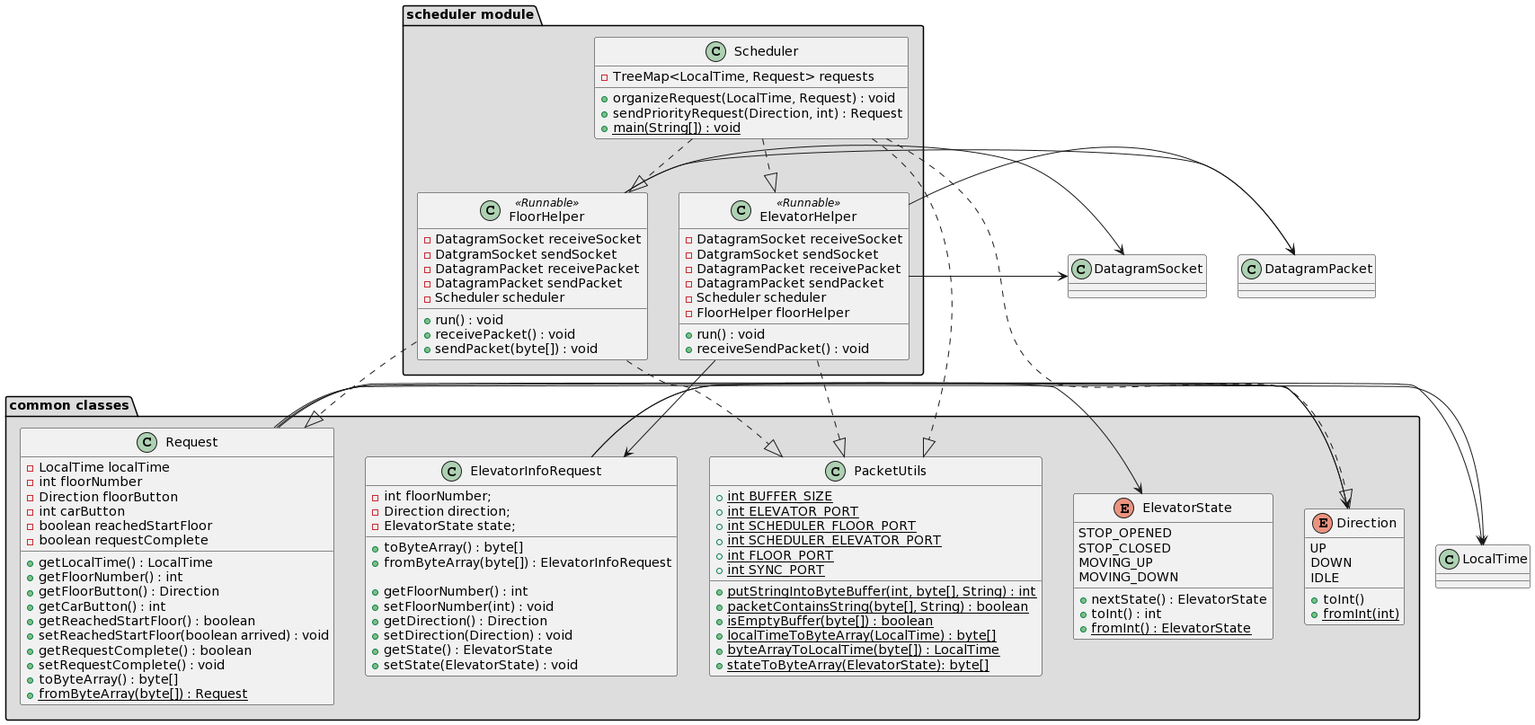
The PlantUML diagram iteration2+/diagrams/scheduler_module_class_diagram.png in w4est/elevator-simulator, before a commit. The source it was exported from:
```plantuml
@startuml
package "common classes" #DDDDDD {

class ElevatorInfoRequest {
    - int floorNumber;
    - Direction direction;
    - ElevatorState state;

    + toByteArray() : byte[]
    + fromByteArray(byte[]) : ElevatorInfoRequest

    + getFloorNumber() : int
    + setFloorNumber(int) : void
    + getDirection() : Direction
    + setDirection(Direction) : void
    + getState() : ElevatorState
    + setState(ElevatorState) : void
}

enum Direction {
   UP
   DOWN
   IDLE

   + toInt()
   + {static} fromInt(int)
}

class PacketUtils {
    + {static} int BUFFER_SIZE
    + {static} int ELEVATOR_PORT
    + {static} int SCHEDULER_FLOOR_PORT
    + {static} int SCHEDULER_ELEVATOR_PORT
    + {static} int FLOOR_PORT
    + {static} int SYNC_PORT

    + {static} putStringIntoByteBuffer(int, byte[], String) : int
    + {static} packetContainsString(byte[], String) : boolean
    + {static} isEmptyBuffer(byte[]) : boolean
    + {static} localTimeToByteArray(LocalTime) : byte[]
    + {static} byteArrayToLocalTime(byte[]) : LocalTime
    + {static} stateToByteArray(ElevatorState): byte[]
}

  class Request {
    - LocalTime localTime
    - int floorNumber
    - Direction floorButton
    - int carButton
    - boolean reachedStartFloor
    - boolean requestComplete

    + getLocalTime() : LocalTime
    + getFloorNumber() : int
    + getFloorButton() : Direction
    + getCarButton() : int
    + getReachedStartFloor() : boolean
    + setReachedStartFloor(boolean arrived) : void
    + getRequestComplete() : boolean
    + setRequestComplete() : void
    + toByteArray() : byte[]
    + {static} fromByteArray(byte[]) : Request
}

enum ElevatorState {
   STOP_OPENED
   STOP_CLOSED
   MOVING_UP
   MOVING_DOWN

   + nextState() : ElevatorState
   + toInt() : int
   + {static} fromInt() : ElevatorState
}

   Request -> Direction
   ElevatorInfoRequest -> Direction
   ElevatorInfoRequest -> ElevatorState
}


Request -> LocalTime



package "scheduler module" #DDDDDD {

    class Scheduler {
       - TreeMap<LocalTime, Request> requests

       + organizeRequest(LocalTime, Request) : void
       + sendPriorityRequest(Direction, int) : Request
       + {static} main(String[]) : void
    }

    class FloorHelper <<Runnable>> {
        - DatagramSocket receiveSocket
        - DatgramSocket sendSocket
	- DatagramPacket receivePacket
        - DatagramPacket sendPacket
	- Scheduler scheduler

        + run() : void
        + receivePacket() : void
        + sendPacket(byte[]) : void
    }

    class ElevatorHelper <<Runnable>> {
        - DatagramSocket receiveSocket
        - DatgramSocket sendSocket
	- DatagramPacket receivePacket
        - DatagramPacket sendPacket
	- Scheduler scheduler
	- FloorHelper floorHelper

        + run() : void
        + receiveSendPacket() : void
    }
}


class DatagramSocket {

}

Request -> LocalTime
FloorHelper -> DatagramSocket
ElevatorHelper -> DatagramSocket
FloorHelper -> DatagramPacket
ElevatorHelper -> DatagramPacket
FloorHelper ..|> Request
ElevatorHelper -> ElevatorInfoRequest
FloorHelper ..|> PacketUtils
ElevatorHelper ..|> PacketUtils
Scheduler ..|> Direction
Scheduler ..|> PacketUtils
Scheduler ..|> FloorHelper
Scheduler ..|> ElevatorHelper
@enduml
```
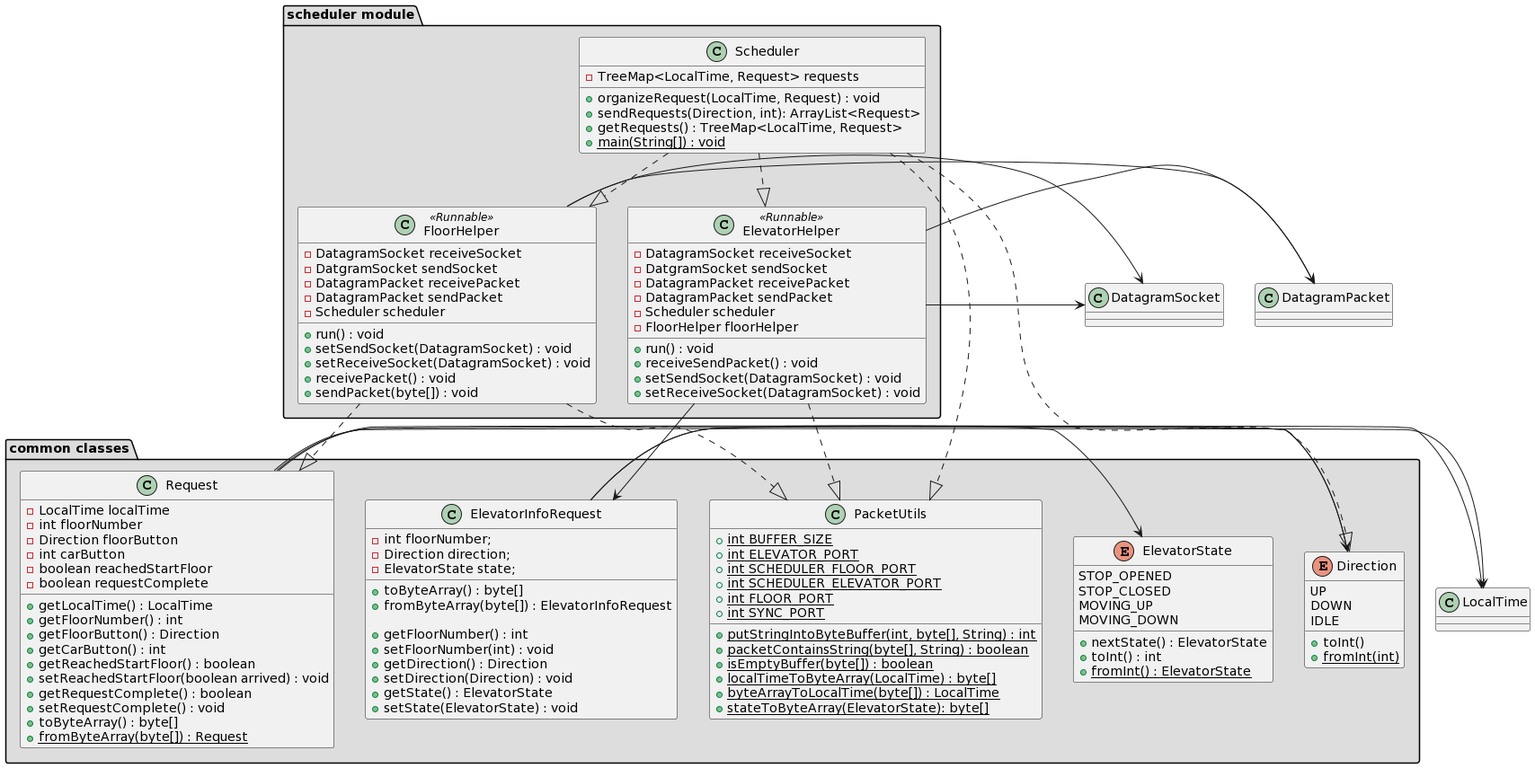
After the change.

Commit message:
Added readme changes and scheduler diagram update

The edit, as a diff of the source:
```diff
@@ -89,7 +89,8 @@
        - TreeMap<LocalTime, Request> requests
 
        + organizeRequest(LocalTime, Request) : void
-       + sendPriorityRequest(Direction, int) : Request
+       + sendRequests(Direction, int): ArrayList<Request>
+       + getRequests() : TreeMap<LocalTime, Request>
        + {static} main(String[]) : void
     }
 
@@ -101,6 +102,8 @@
 	- Scheduler scheduler
 
         + run() : void
+        + setSendSocket(DatagramSocket) : void
+        + setReceiveSocket(DatagramSocket) : void
         + receivePacket() : void
         + sendPacket(byte[]) : void
     }
@@ -115,6 +118,8 @@
 
         + run() : void
         + receiveSendPacket() : void
+        + setSendSocket(DatagramSocket) : void
+        + setReceiveSocket(DatagramSocket) : void
     }
 }
 
```
